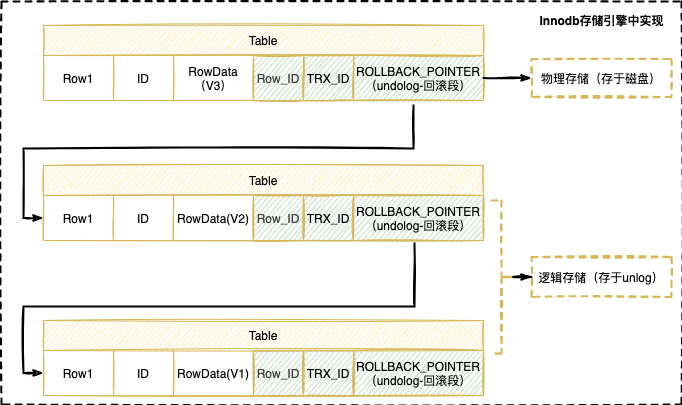
Earlier version of the draw.io export static/imgs/MySQL-MVCC.png (piqiu96/nbplan-golang). Source tidied: cells renumbered, new cells last; positions are measured from the earlier drawing's top-left corner, leaving out a move shared by most shapes. Its diagram source:
```xml
<mxGraphModel>
  <root>
    <mxCell id="0" />
    <mxCell id="1" parent="0" />
    <mxCell id="2" value="Table" style="shape=table;startSize=30;fillColor=#fff2cc;strokeColor=#d6b656;shadow=0;rounded=0;sketch=1;" parent="1" vertex="1">
      <mxGeometry x="42" y="24" width="440" height="75" as="geometry" />
    </mxCell>
    <mxCell id="3" style="shape=partialRectangle;fillColor=none;top=0;left=0;bottom=0;right=0;points=[[0,0.5],[1,0.5]];portConstraint=eastwest;strokeColor=#CCFFFF;rounded=0;sketch=1;" parent="2" vertex="1">
      <mxGeometry y="30" width="440" height="45" as="geometry" />
    </mxCell>
    <mxCell id="4" value="&lt;font style=&quot;font-size: 12px&quot;&gt;Row1&lt;/font&gt;" style="shape=partialRectangle;html=1;whiteSpace=wrap;overflow=hidden;fillColor=none;top=0;left=0;bottom=0;right=0;rounded=0;sketch=1;" parent="3" vertex="1">
      <mxGeometry width="70" height="45" as="geometry" />
    </mxCell>
    <mxCell id="5" value="ID" style="shape=partialRectangle;html=1;whiteSpace=wrap;overflow=hidden;fillColor=none;top=0;left=0;bottom=0;right=0;rounded=0;sketch=1;" parent="3" vertex="1">
      <mxGeometry x="70" width="60" height="45" as="geometry" />
    </mxCell>
    <mxCell id="6" value="RowData（V3）" style="shape=partialRectangle;html=1;whiteSpace=wrap;overflow=hidden;fillColor=none;top=0;left=0;bottom=0;right=0;rounded=0;sketch=1;" parent="3" vertex="1">
      <mxGeometry x="130" width="80" height="45" as="geometry" />
    </mxCell>
    <mxCell id="7" value="&lt;span style=&quot;color: rgb(64 , 64 , 64) ; text-align: left&quot;&gt;&lt;font style=&quot;font-size: 12px&quot;&gt;Row_ID&lt;/font&gt;&lt;/span&gt;" style="shape=partialRectangle;html=1;whiteSpace=wrap;overflow=hidden;top=1;left=1;bottom=1;right=1;fillColor=#d5e8d4;strokeColor=#D6B656;rounded=0;sketch=1;" parent="3" vertex="1">
      <mxGeometry x="210" width="50" height="45" as="geometry" />
    </mxCell>
    <mxCell id="8" value="TRX_ID" style="shape=partialRectangle;html=1;whiteSpace=wrap;overflow=hidden;fillColor=#d5e8d4;top=1;left=1;bottom=1;right=1;strokeColor=#D6B656;strokeWidth=1;perimeterSpacing=0;rounded=0;sketch=1;" parent="3" vertex="1">
      <mxGeometry x="260" width="50" height="45" as="geometry" />
    </mxCell>
    <mxCell id="9" value="ROLLBACK_POINTER（undolog-回滚段）" style="shape=partialRectangle;html=1;whiteSpace=wrap;overflow=hidden;fillColor=#d5e8d4;top=1;left=1;bottom=1;right=1;strokeColor=#D6B656;labelBackgroundColor=none;labelBorderColor=none;shadow=0;backgroundOutline=0;rounded=0;sketch=1;" parent="3" vertex="1">
      <mxGeometry x="310" width="130" height="45" as="geometry" />
    </mxCell>
    <mxCell id="10" value="Table" style="shape=table;startSize=30;fillColor=#fff2cc;strokeColor=#d6b656;shadow=0;rounded=0;sketch=1;" parent="1" vertex="1">
      <mxGeometry x="42" y="164" width="440" height="75" as="geometry" />
    </mxCell>
    <mxCell id="11" style="shape=partialRectangle;fillColor=none;top=0;left=0;bottom=0;right=0;points=[[0,0.5],[1,0.5]];portConstraint=eastwest;strokeColor=#CCFFFF;rounded=0;sketch=1;" parent="10" vertex="1">
      <mxGeometry y="30" width="440" height="45" as="geometry" />
    </mxCell>
    <mxCell id="12" value="&lt;font style=&quot;font-size: 12px&quot;&gt;Row1&lt;/font&gt;" style="shape=partialRectangle;html=1;whiteSpace=wrap;overflow=hidden;fillColor=none;top=0;left=0;bottom=0;right=0;rounded=0;sketch=1;" parent="11" vertex="1">
      <mxGeometry width="70" height="45" as="geometry" />
    </mxCell>
    <mxCell id="13" value="ID" style="shape=partialRectangle;html=1;whiteSpace=wrap;overflow=hidden;fillColor=none;top=0;left=0;bottom=0;right=0;rounded=0;sketch=1;" parent="11" vertex="1">
      <mxGeometry x="70" width="60" height="45" as="geometry" />
    </mxCell>
    <mxCell id="14" value="RowData(V2)" style="shape=partialRectangle;html=1;whiteSpace=wrap;overflow=hidden;fillColor=none;top=0;left=0;bottom=0;right=0;rounded=0;sketch=1;" parent="11" vertex="1">
      <mxGeometry x="130" width="80" height="45" as="geometry" />
    </mxCell>
    <mxCell id="15" value="&lt;span style=&quot;color: rgb(64 , 64 , 64) ; text-align: left&quot;&gt;&lt;font style=&quot;font-size: 12px&quot;&gt;Row_ID&lt;/font&gt;&lt;/span&gt;" style="shape=partialRectangle;html=1;whiteSpace=wrap;overflow=hidden;top=1;left=1;bottom=1;right=1;fillColor=#d5e8d4;strokeColor=#D6B656;rounded=0;sketch=1;" parent="11" vertex="1">
      <mxGeometry x="210" width="50" height="45" as="geometry" />
    </mxCell>
    <mxCell id="16" value="TRX_ID" style="shape=partialRectangle;html=1;whiteSpace=wrap;overflow=hidden;fillColor=#d5e8d4;top=1;left=1;bottom=1;right=1;strokeColor=#D6B656;strokeWidth=1;perimeterSpacing=0;rounded=0;sketch=1;" parent="11" vertex="1">
      <mxGeometry x="260" width="50" height="45" as="geometry" />
    </mxCell>
    <mxCell id="17" value="ROLLBACK_POINTER（undolog-回滚段）" style="shape=partialRectangle;html=1;whiteSpace=wrap;overflow=hidden;fillColor=#d5e8d4;top=1;left=1;bottom=1;right=1;strokeColor=#D6B656;labelBackgroundColor=none;labelBorderColor=none;shadow=0;backgroundOutline=0;rounded=0;sketch=1;" parent="11" vertex="1">
      <mxGeometry x="310" width="130" height="45" as="geometry" />
    </mxCell>
    <mxCell id="18" value="Table" style="shape=table;startSize=30;fillColor=#fff2cc;strokeColor=#d6b656;shadow=0;rounded=0;sketch=1;" parent="1" vertex="1">
      <mxGeometry x="42" y="319" width="440" height="75" as="geometry" />
    </mxCell>
    <mxCell id="19" style="shape=partialRectangle;fillColor=none;top=0;left=0;bottom=0;right=0;points=[[0,0.5],[1,0.5]];portConstraint=eastwest;strokeColor=#CCFFFF;rounded=0;sketch=1;" parent="18" vertex="1">
      <mxGeometry y="30" width="440" height="45" as="geometry" />
    </mxCell>
    <mxCell id="20" value="&lt;font style=&quot;font-size: 12px&quot;&gt;Row1&lt;/font&gt;" style="shape=partialRectangle;html=1;whiteSpace=wrap;overflow=hidden;fillColor=none;top=0;left=0;bottom=0;right=0;rounded=0;sketch=1;" parent="19" vertex="1">
      <mxGeometry width="70" height="45" as="geometry" />
    </mxCell>
    <mxCell id="21" value="ID" style="shape=partialRectangle;html=1;whiteSpace=wrap;overflow=hidden;fillColor=none;top=0;left=0;bottom=0;right=0;rounded=0;sketch=1;" parent="19" vertex="1">
      <mxGeometry x="70" width="60" height="45" as="geometry" />
    </mxCell>
    <mxCell id="22" value="RowData(V1)" style="shape=partialRectangle;html=1;whiteSpace=wrap;overflow=hidden;fillColor=none;top=0;left=0;bottom=0;right=0;rounded=0;sketch=1;" parent="19" vertex="1">
      <mxGeometry x="130" width="80" height="45" as="geometry" />
    </mxCell>
    <mxCell id="23" value="&lt;span style=&quot;color: rgb(64 , 64 , 64) ; text-align: left&quot;&gt;&lt;font style=&quot;font-size: 12px&quot;&gt;Row_ID&lt;/font&gt;&lt;/span&gt;" style="shape=partialRectangle;html=1;whiteSpace=wrap;overflow=hidden;top=1;left=1;bottom=1;right=1;fillColor=#d5e8d4;strokeColor=#D6B656;rounded=0;sketch=1;" parent="19" vertex="1">
      <mxGeometry x="210" width="50" height="45" as="geometry" />
    </mxCell>
    <mxCell id="24" value="TRX_ID" style="shape=partialRectangle;html=1;whiteSpace=wrap;overflow=hidden;fillColor=#d5e8d4;top=1;left=1;bottom=1;right=1;strokeColor=#D6B656;strokeWidth=1;perimeterSpacing=0;rounded=0;sketch=1;" parent="19" vertex="1">
      <mxGeometry x="260" width="50" height="45" as="geometry" />
    </mxCell>
    <mxCell id="25" value="ROLLBACK_POINTER（undolog-回滚段）" style="shape=partialRectangle;html=1;whiteSpace=wrap;overflow=hidden;fillColor=#d5e8d4;top=1;left=1;bottom=1;right=1;strokeColor=#D6B656;labelBackgroundColor=none;labelBorderColor=none;shadow=0;backgroundOutline=0;rounded=0;sketch=1;" parent="19" vertex="1">
      <mxGeometry x="310" width="130" height="45" as="geometry" />
    </mxCell>
    <mxCell id="26" style="edgeStyle=orthogonalEdgeStyle;jumpStyle=arc;jettySize=auto;html=1;entryX=0;entryY=0.5;entryDx=0;entryDy=0;fontSize=12;endArrow=classicThin;endFill=1;strokeWidth=2;rounded=0;sketch=1;" parent="1" edge="1" target="11">
      <mxGeometry relative="1" as="geometry">
        <mxPoint x="412" y="104" as="sourcePoint" />
        <Array as="points">
          <mxPoint x="412" y="147" />
          <mxPoint x="22" y="147" />
          <mxPoint x="22" y="217" />
        </Array>
      </mxGeometry>
    </mxCell>
    <mxCell id="27" style="edgeStyle=orthogonalEdgeStyle;jumpStyle=arc;jettySize=auto;html=1;entryX=0;entryY=0.5;entryDx=0;entryDy=0;fontSize=12;endArrow=classicThin;endFill=1;strokeWidth=2;exitX=0.843;exitY=1.067;exitDx=0;exitDy=0;exitPerimeter=0;rounded=0;sketch=1;" parent="1" edge="1" source="11" target="19">
      <mxGeometry relative="1" as="geometry">
        <Array as="points">
          <mxPoint x="413" y="305" />
          <mxPoint x="22" y="305" />
          <mxPoint x="22" y="372" />
          <mxPoint x="42" y="372" />
        </Array>
      </mxGeometry>
    </mxCell>
    <mxCell id="28" style="edgeStyle=orthogonalEdgeStyle;jumpStyle=arc;jettySize=auto;html=1;fontSize=12;endArrow=classicThin;endFill=1;strokeWidth=2;rounded=0;sketch=1;" parent="1" edge="1" source="29" target="30">
      <mxGeometry relative="1" as="geometry" />
    </mxCell>
    <mxCell id="29" style="shape=curlyBracket;whiteSpace=wrap;html=1;flipH=1;shadow=0;glass=0;dashed=1;labelBackgroundColor=none;labelBorderColor=none;fontSize=12;strokeColor=#D6B656;strokeWidth=2;fillColor=none;gradientColor=none;rounded=0;sketch=1;" parent="1" vertex="1">
      <mxGeometry x="490" y="199" width="20" height="153" as="geometry" />
    </mxCell>
    <mxCell id="30" value="逻辑存储（存于unlog）" style="whiteSpace=wrap;html=1;shadow=0;dashed=1;strokeColor=#D6B656;strokeWidth=2;fillColor=none;glass=0;rounded=0;sketch=1;" parent="1" vertex="1">
      <mxGeometry x="530" y="255.5" width="140" height="40" as="geometry" />
    </mxCell>
    <mxCell id="31" style="edgeStyle=orthogonalEdgeStyle;jumpStyle=arc;jettySize=auto;html=1;fontSize=12;endArrow=classicThin;endFill=1;strokeWidth=2;exitX=1;exitY=0.5;exitDx=0;exitDy=0;rounded=0;sketch=1;" parent="1" edge="1" source="3" target="32">
      <mxGeometry relative="1" as="geometry" />
    </mxCell>
    <mxCell id="32" value="物理存储（存于磁盘）" style="whiteSpace=wrap;html=1;shadow=0;dashed=1;strokeColor=#D6B656;strokeWidth=2;fillColor=none;glass=0;rounded=0;sketch=1;" parent="1" vertex="1">
      <mxGeometry x="530" y="57.5" width="140" height="38" as="geometry" />
    </mxCell>
    <mxCell id="33" style="whiteSpace=wrap;html=1;glass=0;fillColor=none;dashed=1;strokeWidth=2;shadow=0;rounded=0;sketch=1;" parent="1" vertex="1">
      <mxGeometry width="680" height="403" as="geometry" />
    </mxCell>
    <mxCell id="34" value="&lt;b&gt;Innodb存储引擎中实现&lt;/b&gt;" style="text;html=1;align=center;verticalAlign=middle;strokeColor=none;fillColor=none;fontSize=12;rounded=0;sketch=1;" parent="1" vertex="1">
      <mxGeometry x="530" y="9" width="140" height="20" as="geometry" />
    </mxCell>
  </root>
</mxGraphModel>
```
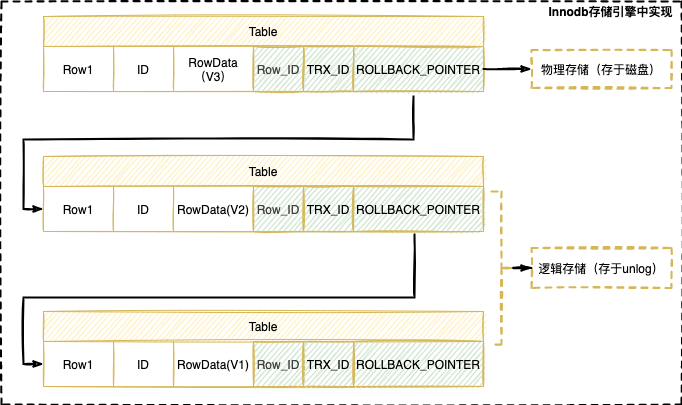
After the change.

What changed in the source:
```diff
@@ -23,7 +23,7 @@
     <mxCell id="8" value="TRX_ID" style="shape=partialRectangle;html=1;whiteSpace=wrap;overflow=hidden;fillColor=#d5e8d4;top=1;left=1;bottom=1;right=1;strokeColor=#D6B656;strokeWidth=1;perimeterSpacing=0;rounded=0;sketch=1;" parent="3" vertex="1">
       <mxGeometry x="260" width="50" height="45" as="geometry" />
     </mxCell>
-    <mxCell id="9" value="ROLLBACK_POINTER（undolog-回滚段）" style="shape=partialRectangle;html=1;whiteSpace=wrap;overflow=hidden;fillColor=#d5e8d4;top=1;left=1;bottom=1;right=1;strokeColor=#D6B656;labelBackgroundColor=none;labelBorderColor=none;shadow=0;backgroundOutline=0;rounded=0;sketch=1;" parent="3" vertex="1">
+    <mxCell id="9" value="ROLLBACK_POINTER" style="shape=partialRectangle;html=1;whiteSpace=wrap;overflow=hidden;fillColor=#d5e8d4;top=1;left=1;bottom=1;right=1;strokeColor=#D6B656;labelBackgroundColor=none;labelBorderColor=none;shadow=0;backgroundOutline=0;rounded=0;sketch=1;" parent="3" vertex="1">
       <mxGeometry x="310" width="130" height="45" as="geometry" />
     </mxCell>
     <mxCell id="10" value="Table" style="shape=table;startSize=30;fillColor=#fff2cc;strokeColor=#d6b656;shadow=0;rounded=0;sketch=1;" parent="1" vertex="1">
@@ -47,7 +47,7 @@
     <mxCell id="16" value="TRX_ID" style="shape=partialRectangle;html=1;whiteSpace=wrap;overflow=hidden;fillColor=#d5e8d4;top=1;left=1;bottom=1;right=1;strokeColor=#D6B656;strokeWidth=1;perimeterSpacing=0;rounded=0;sketch=1;" parent="11" vertex="1">
       <mxGeometry x="260" width="50" height="45" as="geometry" />
     </mxCell>
-    <mxCell id="17" value="ROLLBACK_POINTER（undolog-回滚段）" style="shape=partialRectangle;html=1;whiteSpace=wrap;overflow=hidden;fillColor=#d5e8d4;top=1;left=1;bottom=1;right=1;strokeColor=#D6B656;labelBackgroundColor=none;labelBorderColor=none;shadow=0;backgroundOutline=0;rounded=0;sketch=1;" parent="11" vertex="1">
+    <mxCell id="17" value="ROLLBACK_POINTER" style="shape=partialRectangle;html=1;whiteSpace=wrap;overflow=hidden;fillColor=#d5e8d4;top=1;left=1;bottom=1;right=1;strokeColor=#D6B656;labelBackgroundColor=none;labelBorderColor=none;shadow=0;backgroundOutline=0;rounded=0;sketch=1;" parent="11" vertex="1">
       <mxGeometry x="310" width="130" height="45" as="geometry" />
     </mxCell>
     <mxCell id="18" value="Table" style="shape=table;startSize=30;fillColor=#fff2cc;strokeColor=#d6b656;shadow=0;rounded=0;sketch=1;" parent="1" vertex="1">
@@ -71,7 +71,7 @@
     <mxCell id="24" value="TRX_ID" style="shape=partialRectangle;html=1;whiteSpace=wrap;overflow=hidden;fillColor=#d5e8d4;top=1;left=1;bottom=1;right=1;strokeColor=#D6B656;strokeWidth=1;perimeterSpacing=0;rounded=0;sketch=1;" parent="19" vertex="1">
       <mxGeometry x="260" width="50" height="45" as="geometry" />
     </mxCell>
-    <mxCell id="25" value="ROLLBACK_POINTER（undolog-回滚段）" style="shape=partialRectangle;html=1;whiteSpace=wrap;overflow=hidden;fillColor=#d5e8d4;top=1;left=1;bottom=1;right=1;strokeColor=#D6B656;labelBackgroundColor=none;labelBorderColor=none;shadow=0;backgroundOutline=0;rounded=0;sketch=1;" parent="19" vertex="1">
+    <mxCell id="25" value="ROLLBACK_POINTER" style="shape=partialRectangle;html=1;whiteSpace=wrap;overflow=hidden;fillColor=#d5e8d4;top=1;left=1;bottom=1;right=1;strokeColor=#D6B656;labelBackgroundColor=none;labelBorderColor=none;shadow=0;backgroundOutline=0;rounded=0;sketch=1;" parent="19" vertex="1">
       <mxGeometry x="310" width="130" height="45" as="geometry" />
     </mxCell>
     <mxCell id="26" style="edgeStyle=orthogonalEdgeStyle;jumpStyle=arc;jettySize=auto;html=1;entryX=0;entryY=0.5;entryDx=0;entryDy=0;fontSize=12;endArrow=classicThin;endFill=1;strokeWidth=2;rounded=0;sketch=1;" parent="1" edge="1" target="11">
@@ -110,10 +110,10 @@
       <mxGeometry x="530" y="57.5" width="140" height="38" as="geometry" />
     </mxCell>
     <mxCell id="33" style="whiteSpace=wrap;html=1;glass=0;fillColor=none;dashed=1;strokeWidth=2;shadow=0;rounded=0;sketch=1;" parent="1" vertex="1">
-      <mxGeometry width="680" height="403" as="geometry" />
+      <mxGeometry y="9" width="680" height="403" as="geometry" />
     </mxCell>
     <mxCell id="34" value="&lt;b&gt;Innodb存储引擎中实现&lt;/b&gt;" style="text;html=1;align=center;verticalAlign=middle;strokeColor=none;fillColor=none;fontSize=12;rounded=0;sketch=1;" parent="1" vertex="1">
-      <mxGeometry x="530" y="9" width="140" height="20" as="geometry" />
+      <mxGeometry x="539" y="9" width="140" height="20" as="geometry" />
     </mxCell>
   </root>
 </mxGraphModel>
```
